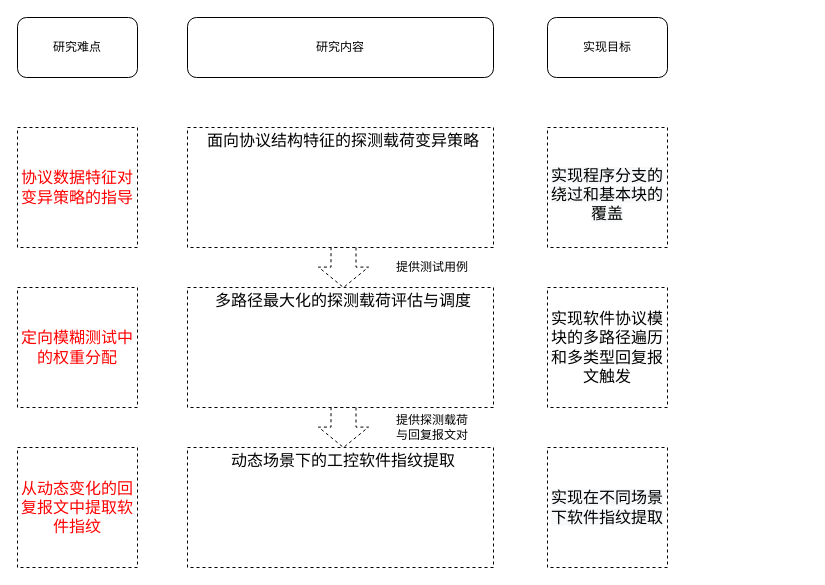
This is Untitled Diagram.drawio from maoguai/tools, a draw.io file, before an edit. Source tidied: cells renumbered, new cells numbered last; positions are measured from the earlier drawing's top-left corner, leaving out a move shared by most shapes. Both pictures are drawn from the tidied source at 100%, with x=0, y=0 at pixel (17, 17).
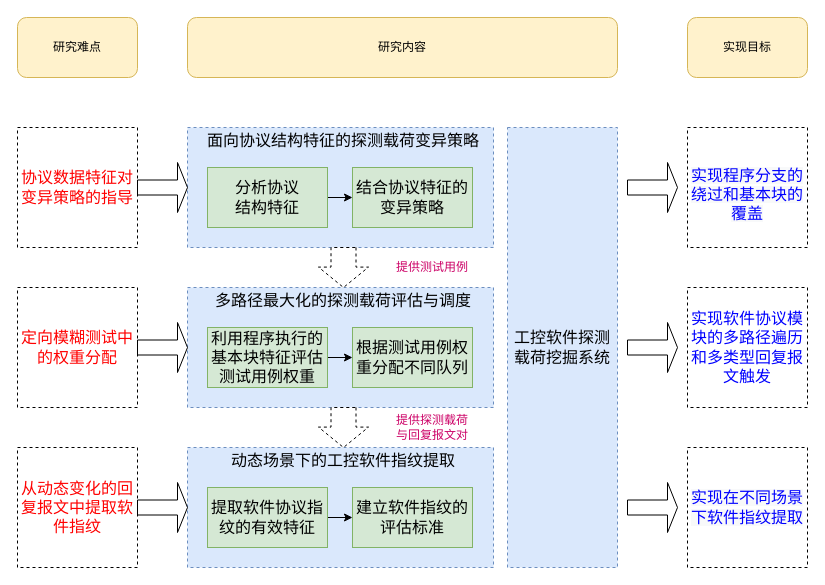
Above is the later version.

The edit, as a diff of the source:
```diff
@@
-    <mxCell id="2" value="研究难点" style="rounded=1;whiteSpace=wrap;html=1;" parent="1" vertex="1">
+    <mxCell id="2" value="研究难点" style="rounded=1;whiteSpace=wrap;html=1;fillColor=#fff2cc;strokeColor=#d6b656;" parent="1" vertex="1">
       <mxGeometry width="120" height="60" as="geometry" />
     </mxCell>
-    <mxCell id="3" value="研究内容" style="rounded=1;whiteSpace=wrap;html=1;" parent="1" vertex="1">
-      <mxGeometry x="170" width="306" height="60" as="geometry" />
+    <mxCell id="3" value="研究内容" style="rounded=1;whiteSpace=wrap;html=1;fillColor=#fff2cc;strokeColor=#d6b656;" parent="1" vertex="1">
+      <mxGeometry x="170" width="430" height="60" as="geometry" />
     </mxCell>
-    <mxCell id="4" value="实现目标" style="rounded=1;whiteSpace=wrap;html=1;" parent="1" vertex="1">
-      <mxGeometry x="530" width="120" height="60" as="geometry" />
+    <mxCell id="4" value="实现目标" style="rounded=1;whiteSpace=wrap;html=1;fillColor=#fff2cc;strokeColor=#d6b656;" parent="1" vertex="1">
+      <mxGeometry x="670" width="120" height="60" as="geometry" />
     </mxCell>
@@
-    <mxCell id="8" style="whiteSpace=wrap;html=1;dashed=1;" parent="1" vertex="1">
+    <mxCell id="8" style="whiteSpace=wrap;html=1;dashed=1;fillColor=#dae8fc;strokeColor=#6c8ebf;" parent="1" vertex="1">
       <mxGeometry x="170" y="110" width="306" height="120" as="geometry" />
     </mxCell>
-    <mxCell id="9" style="whiteSpace=wrap;html=1;dashed=1;" parent="1" vertex="1">
+    <mxCell id="9" style="whiteSpace=wrap;html=1;dashed=1;fillColor=#dae8fc;strokeColor=#6c8ebf;" parent="1" vertex="1">
       <mxGeometry x="170" y="270" width="306" height="120" as="geometry" />
     </mxCell>
-    <mxCell id="10" style="whiteSpace=wrap;html=1;dashed=1;" parent="1" vertex="1">
+    <mxCell id="10" style="whiteSpace=wrap;html=1;dashed=1;fillColor=#dae8fc;strokeColor=#6c8ebf;" parent="1" vertex="1">
       <mxGeometry x="170" y="430" width="306" height="120" as="geometry" />
     </mxCell>
-    <mxCell id="11" value="&lt;br&gt;&lt;span style=&quot;font-family: &amp;#34;helvetica&amp;#34; ; font-size: 16px ; font-style: normal ; font-weight: 400 ; letter-spacing: normal ; text-align: center ; text-indent: 0px ; text-transform: none ; word-spacing: 0px ; background-color: rgb(248 , 249 , 250) ; display: inline ; float: none&quot;&gt;实现程序分支的绕过和基本块的覆盖&lt;/span&gt;" style="whiteSpace=wrap;html=1;dashed=1;" parent="1" vertex="1">
-      <mxGeometry x="530" y="110" width="120" height="120" as="geometry" />
+    <mxCell id="11" value="&lt;br&gt;&lt;span style=&quot;font-family: &amp;#34;helvetica&amp;#34; ; font-size: 16px ; font-style: normal ; font-weight: 400 ; letter-spacing: normal ; text-align: center ; text-indent: 0px ; text-transform: none ; word-spacing: 0px ; background-color: rgb(248 , 249 , 250) ; display: inline ; float: none&quot;&gt;&lt;font color=&quot;#0000ff&quot;&gt;实现程序分支的绕过和基本块的覆盖&lt;/font&gt;&lt;/span&gt;" style="whiteSpace=wrap;html=1;dashed=1;" parent="1" vertex="1">
+      <mxGeometry x="670" y="110" width="120" height="120" as="geometry" />
     </mxCell>
-    <mxCell id="12" value="&lt;span style=&quot;font-family: &amp;#34;helvetica&amp;#34; ; font-size: 16px&quot;&gt;实现软件协议模块的多路径遍历和多类型回复报文触发&lt;/span&gt;" style="whiteSpace=wrap;html=1;dashed=1;" parent="1" vertex="1">
-      <mxGeometry x="530" y="270" width="120" height="120" as="geometry" />
+    <mxCell id="12" value="&lt;span style=&quot;font-family: &amp;#34;helvetica&amp;#34; ; font-size: 16px&quot;&gt;&lt;font color=&quot;#0000ff&quot;&gt;实现软件协议模块的多路径遍历和多类型回复报文触发&lt;/font&gt;&lt;/span&gt;" style="whiteSpace=wrap;html=1;dashed=1;" parent="1" vertex="1">
+      <mxGeometry x="670" y="270" width="120" height="120" as="geometry" />
     </mxCell>
-    <mxCell id="13" value="&lt;span style=&quot;color: rgb(0 , 0 , 0) ; font-family: &amp;#34;helvetica&amp;#34; ; font-size: 16px ; font-style: normal ; font-weight: 400 ; letter-spacing: normal ; text-align: center ; text-indent: 0px ; text-transform: none ; word-spacing: 0px ; background-color: rgb(248 , 249 , 250) ; display: inline ; float: none&quot;&gt;实现在不同场景下软件指纹提取&lt;/span&gt;" style="whiteSpace=wrap;html=1;dashed=1;" parent="1" vertex="1">
-      <mxGeometry x="530" y="430" width="120" height="120" as="geometry" />
+    <mxCell id="13" value="&lt;span style=&quot;font-family: &amp;#34;helvetica&amp;#34; ; font-size: 16px ; font-style: normal ; font-weight: 400 ; letter-spacing: normal ; text-align: center ; text-indent: 0px ; text-transform: none ; word-spacing: 0px ; background-color: rgb(248 , 249 , 250) ; display: inline ; float: none&quot;&gt;&lt;font color=&quot;#0000ff&quot;&gt;实现在不同场景下软件指纹提取&lt;/font&gt;&lt;/span&gt;" style="whiteSpace=wrap;html=1;dashed=1;" parent="1" vertex="1">
+      <mxGeometry x="670" y="430" width="120" height="120" as="geometry" />
     </mxCell>
@@
-    <mxCell id="19" value="提供测试用例" style="text;html=1;strokeColor=none;fillColor=none;align=center;verticalAlign=middle;whiteSpace=wrap;rounded=0;dashed=1;" parent="1" vertex="1">
+    <mxCell id="19" value="&lt;font color=&quot;#cc0066&quot;&gt;提供测试用例&lt;/font&gt;" style="text;html=1;strokeColor=none;fillColor=none;align=center;verticalAlign=middle;whiteSpace=wrap;rounded=0;dashed=1;" parent="1" vertex="1">
       <mxGeometry x="370" y="240" width="90" height="20" as="geometry" />
     </mxCell>
-    <mxCell id="20" value="提供探测载荷与回复报文对" style="text;html=1;strokeColor=none;fillColor=none;align=center;verticalAlign=middle;whiteSpace=wrap;rounded=0;dashed=1;" parent="1" vertex="1">
+    <mxCell id="20" value="&lt;font color=&quot;#cc0066&quot;&gt;提供探测载荷与回复报文对&lt;/font&gt;" style="text;html=1;strokeColor=none;fillColor=none;align=center;verticalAlign=middle;whiteSpace=wrap;rounded=0;dashed=1;" parent="1" vertex="1">
       <mxGeometry x="375" y="395" width="80" height="30" as="geometry" />
     </mxCell>
+    <mxCell id="21" style="edgeStyle=orthogonalEdgeStyle;rounded=0;jettySize=auto;html=1;exitX=1;exitY=0.5;exitDx=0;exitDy=0;entryX=0;entryY=0.5;entryDx=0;entryDy=0;" parent="1" edge="1" source="22" target="23">
+      <mxGeometry relative="1" as="geometry" />
+    </mxCell>
+    <mxCell id="22" value="&lt;font style=&quot;font-size: 16px&quot;&gt;分析协议&lt;br&gt;结构特征&lt;/font&gt;" style="rounded=0;whiteSpace=wrap;html=1;fillColor=#d5e8d4;strokeColor=#82b366;" parent="1" vertex="1">
+      <mxGeometry x="190" y="150" width="120" height="60" as="geometry" />
+    </mxCell>
+    <mxCell id="23" value="&lt;font style=&quot;font-size: 16px&quot;&gt;结合协议特征的变异策略&lt;/font&gt;" style="rounded=0;whiteSpace=wrap;html=1;fillColor=#d5e8d4;strokeColor=#82b366;" parent="1" vertex="1">
+      <mxGeometry x="335" y="150" width="120" height="60" as="geometry" />
+    </mxCell>
+    <mxCell id="24" style="edgeStyle=orthogonalEdgeStyle;rounded=0;jettySize=auto;html=1;exitX=1;exitY=0.5;exitDx=0;exitDy=0;entryX=0;entryY=0.5;entryDx=0;entryDy=0;" parent="1" edge="1" source="25" target="26">
+      <mxGeometry relative="1" as="geometry" />
+    </mxCell>
+    <mxCell id="25" value="&lt;span style=&quot;font-size: 16px&quot;&gt;利用程序执行的基本块特征评估测试用例权重&lt;/span&gt;" style="rounded=0;whiteSpace=wrap;html=1;fillColor=#d5e8d4;strokeColor=#82b366;" parent="1" vertex="1">
+      <mxGeometry x="190" y="310" width="120" height="60" as="geometry" />
+    </mxCell>
+    <mxCell id="26" value="&lt;font style=&quot;font-size: 16px&quot;&gt;根据测试用例权重分配不同队列&lt;/font&gt;" style="rounded=0;whiteSpace=wrap;html=1;fillColor=#d5e8d4;strokeColor=#82b366;" parent="1" vertex="1">
+      <mxGeometry x="335" y="310" width="120" height="60" as="geometry" />
+    </mxCell>
+    <mxCell id="27" style="shape=singleArrow;whiteSpace=wrap;html=1;" parent="1" vertex="1">
+      <mxGeometry x="120" y="145" width="50" height="50" as="geometry" />
+    </mxCell>
+    <mxCell id="28" style="shape=singleArrow;whiteSpace=wrap;html=1;" parent="1" vertex="1">
+      <mxGeometry x="120" y="305" width="50" height="50" as="geometry" />
+    </mxCell>
+    <mxCell id="29" style="shape=singleArrow;whiteSpace=wrap;html=1;" parent="1" vertex="1">
+      <mxGeometry x="120" y="465" width="50" height="50" as="geometry" />
+    </mxCell>
+    <mxCell id="30" style="shape=singleArrow;whiteSpace=wrap;html=1;" parent="1" vertex="1">
+      <mxGeometry x="610" y="145" width="50" height="50" as="geometry" />
+    </mxCell>
+    <mxCell id="31" style="shape=singleArrow;whiteSpace=wrap;html=1;" parent="1" vertex="1">
+      <mxGeometry x="610" y="305" width="50" height="50" as="geometry" />
+    </mxCell>
+    <mxCell id="32" style="shape=singleArrow;whiteSpace=wrap;html=1;" parent="1" vertex="1">
+      <mxGeometry x="610" y="465" width="50" height="50" as="geometry" />
+    </mxCell>
+    <mxCell id="33" style="edgeStyle=orthogonalEdgeStyle;rounded=0;jettySize=auto;html=1;exitX=1;exitY=0.5;exitDx=0;exitDy=0;entryX=0;entryY=0.5;entryDx=0;entryDy=0;" parent="1" edge="1" source="34" target="35">
+      <mxGeometry relative="1" as="geometry" />
+    </mxCell>
+    <mxCell id="34" value="&lt;span style=&quot;font-size: 16px&quot;&gt;提取软件协议指纹的有效特征&lt;/span&gt;" style="rounded=0;whiteSpace=wrap;html=1;fillColor=#d5e8d4;strokeColor=#82b366;" parent="1" vertex="1">
+      <mxGeometry x="190" y="470" width="120" height="60" as="geometry" />
+    </mxCell>
+    <mxCell id="35" value="&lt;span style=&quot;font-size: 16px&quot;&gt;建立软件指纹的评估标准&lt;/span&gt;" style="rounded=0;whiteSpace=wrap;html=1;fillColor=#d5e8d4;strokeColor=#82b366;" parent="1" vertex="1">
+      <mxGeometry x="335" y="470" width="120" height="60" as="geometry" />
+    </mxCell>
+    <mxCell id="36" value="&lt;span style=&quot;font-size: 12.0pt&quot;&gt;工控软件探测载荷挖掘系统&lt;/span&gt;" style="rounded=0;whiteSpace=wrap;html=1;fillColor=#dae8fc;strokeColor=#6c8ebf;dashed=1;" parent="1" vertex="1">
+      <mxGeometry x="490" y="110" width="110" height="440" as="geometry" />
+    </mxCell>
```
